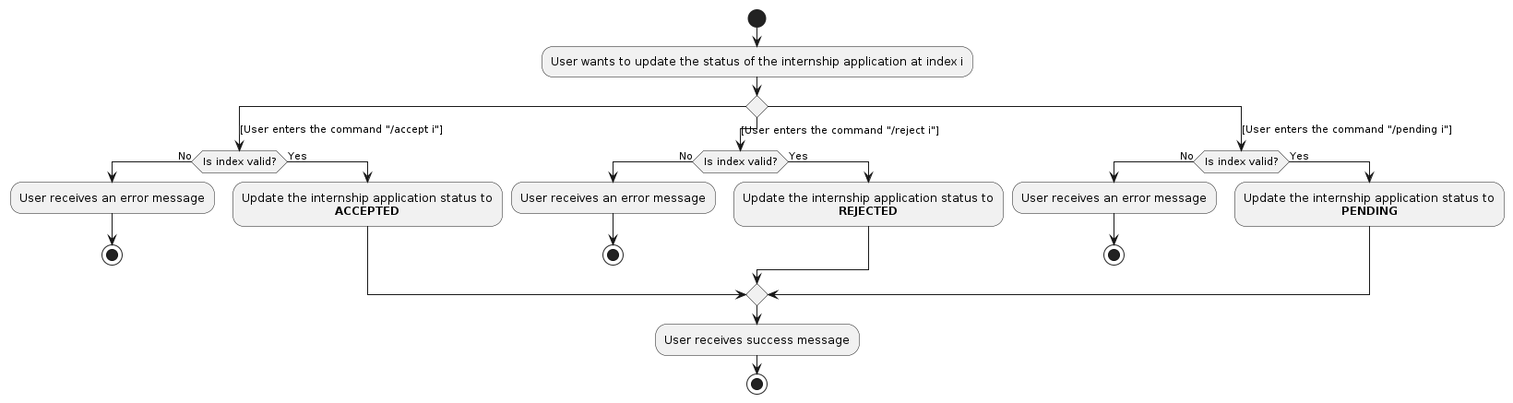
snowstopxt/tp keeps this PlantUML diagram as diagrams/StatusActivityDiagram.png. Above is the earlier version. Its source is kept beside it as diagrams/StatusActivityDiagram.puml.
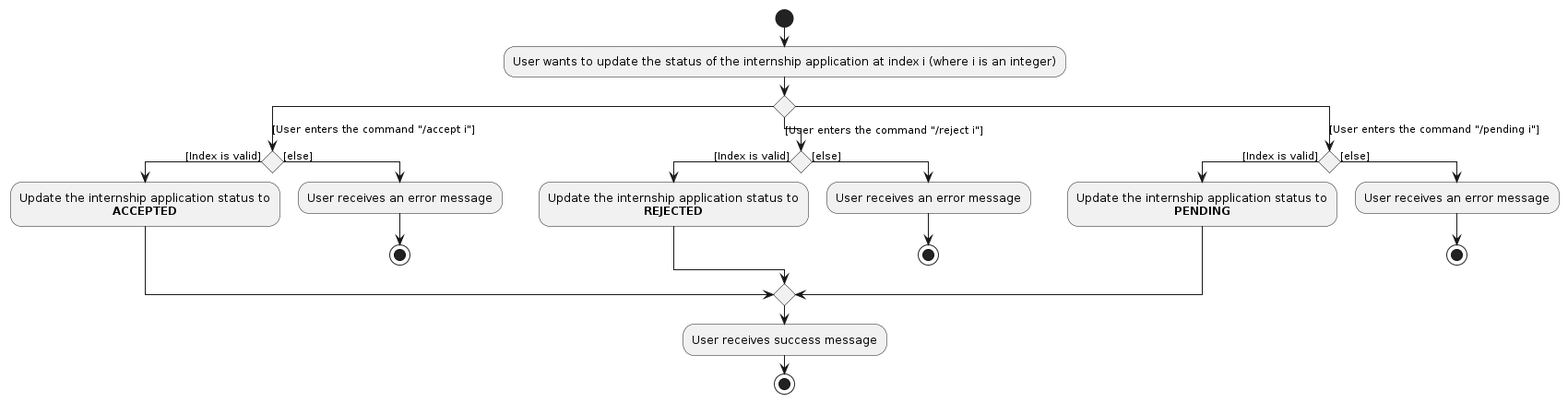
Above is the later version.

Diff of the diagram source:
```diff
@@ -3,32 +3,32 @@
 skinparam ArrowFontStyle plain
 
 start
-:User wants to update the status of the internship application at index i;
+:User wants to update the status of the internship application at index i (where i is an integer);
 
 switch ()
 case ([User enters the command "/accept i"])
-    if (Is index valid?) then (No)
+    if () then ([Index is valid])
+        :Update the internship application status to
+        **ACCEPTED**;
+    else ([else])
         :User receives an error message;
         stop
-    else (Yes)
-        :Update the internship application status to
-        **ACCEPTED**;
     endif
 case ([User enters the command "/reject i"])
-    if (Is index valid?) then (No)
+    if () then ([Index is valid])
+        :Update the internship application status to
+        **REJECTED**;
+    else ([else])
         :User receives an error message;
         stop
-    else (Yes)
-        :Update the internship application status to
-        **REJECTED**;
     endif
 case ([User enters the command "/pending i"])
-    if (Is index valid?) then (No)
+    if () then ([Index is valid])
+        :Update the internship application status to
+        **PENDING**;
+    else ([else])
         :User receives an error message;
         stop
-    else (Yes)
-        :Update the internship application status to
-        **PENDING**;
     endif
 endswitch
 
```
